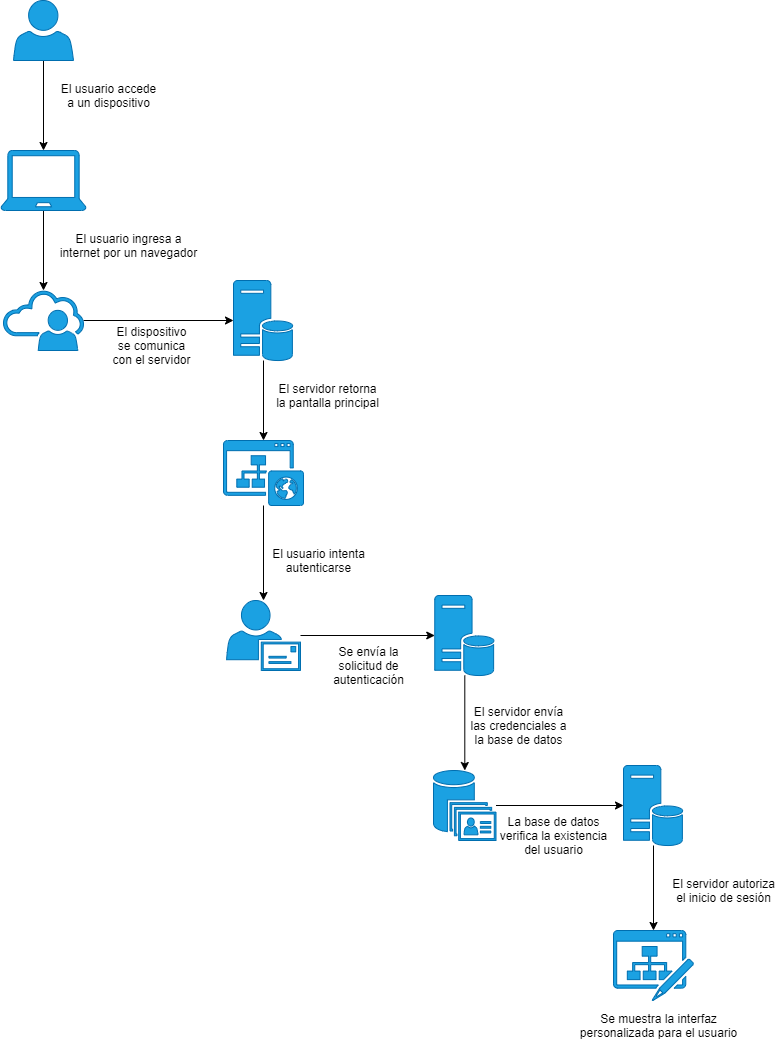
The draw.io diagram diagrams/C0.2_TipodeSistemadeInformación_BañuelosMendezJordi.png in BanuelosMendezJordi/Analisis_Avanzado_17212330, before a commit. Source tidied: cells renumbered, new cells last; positions are measured from the earlier drawing's top-left corner, leaving out a move shared by most shapes. Its diagram source:
```xml
<mxGraphModel>
  <root>
    <mxCell id="0" />
    <mxCell id="1" parent="0" />
    <mxCell id="2" style="edgeStyle=orthogonalEdgeStyle;rounded=0;jettySize=auto;html=1;" parent="1" edge="1" source="3" target="7">
      <mxGeometry relative="1" as="geometry" />
    </mxCell>
    <mxCell id="3" style="shadow=0;dashed=0;html=1;labelPosition=center;verticalLabelPosition=bottom;verticalAlign=top;outlineConnect=0;align=center;shape=mxgraph.office.users.user;fillColor=#1ba1e2;strokeColor=#006EAF;fontColor=#ffffff;" parent="1" vertex="1">
      <mxGeometry x="12" width="60" height="60" as="geometry" />
    </mxCell>
    <mxCell id="4" style="edgeStyle=orthogonalEdgeStyle;rounded=0;jettySize=auto;html=1;" parent="1" edge="1" source="5" target="13">
      <mxGeometry relative="1" as="geometry" />
    </mxCell>
    <mxCell id="5" style="shadow=0;dashed=0;html=1;strokeColor=#006EAF;fillColor=#1ba1e2;labelPosition=center;verticalLabelPosition=bottom;verticalAlign=top;outlineConnect=0;align=center;shape=mxgraph.office.sites.website_public;fontColor=#ffffff;" parent="1" vertex="1">
      <mxGeometry x="222" y="440" width="80" height="65" as="geometry" />
    </mxCell>
    <mxCell id="6" style="edgeStyle=orthogonalEdgeStyle;rounded=0;jettySize=auto;html=1;" parent="1" edge="1" source="7" target="9">
      <mxGeometry relative="1" as="geometry" />
    </mxCell>
    <mxCell id="7" style="shadow=0;dashed=0;html=1;strokeColor=#006EAF;fillColor=#1ba1e2;labelPosition=center;verticalLabelPosition=bottom;verticalAlign=top;outlineConnect=0;align=center;shape=mxgraph.office.devices.laptop;fontColor=#ffffff;" parent="1" vertex="1">
      <mxGeometry x="-0.5" y="150" width="85" height="60" as="geometry" />
    </mxCell>
    <mxCell id="8" style="edgeStyle=orthogonalEdgeStyle;rounded=0;jettySize=auto;html=1;" parent="1" edge="1" source="9" target="11">
      <mxGeometry relative="1" as="geometry" />
    </mxCell>
    <mxCell id="9" style="shadow=0;dashed=0;html=1;strokeColor=#006EAF;fillColor=#1ba1e2;labelPosition=center;verticalLabelPosition=bottom;verticalAlign=top;outlineConnect=0;align=center;shape=mxgraph.office.users.online_user;fontColor=#ffffff;" parent="1" vertex="1">
      <mxGeometry x="2" y="290" width="80" height="60" as="geometry" />
    </mxCell>
    <mxCell id="10" style="edgeStyle=orthogonalEdgeStyle;rounded=0;jettySize=auto;html=1;" parent="1" edge="1" source="11" target="5">
      <mxGeometry relative="1" as="geometry" />
    </mxCell>
    <mxCell id="11" style="shadow=0;dashed=0;html=1;strokeColor=#006EAF;fillColor=#1ba1e2;labelPosition=center;verticalLabelPosition=bottom;verticalAlign=top;outlineConnect=0;align=center;shape=mxgraph.office.servers.database_server;fontColor=#ffffff;" parent="1" vertex="1">
      <mxGeometry x="232" y="280" width="60" height="80" as="geometry" />
    </mxCell>
    <mxCell id="12" style="edgeStyle=orthogonalEdgeStyle;rounded=0;jettySize=auto;html=1;" parent="1" edge="1" source="13" target="15">
      <mxGeometry relative="1" as="geometry" />
    </mxCell>
    <mxCell id="13" style="shadow=0;dashed=0;html=1;strokeColor=#006EAF;fillColor=#1ba1e2;labelPosition=center;verticalLabelPosition=bottom;verticalAlign=top;outlineConnect=0;align=center;shape=mxgraph.office.users.mail_user;fontColor=#ffffff;" parent="1" vertex="1">
      <mxGeometry x="225" y="600" width="74" height="70" as="geometry" />
    </mxCell>
    <mxCell id="14" style="edgeStyle=orthogonalEdgeStyle;rounded=0;jettySize=auto;html=1;" parent="1" edge="1" source="15" target="17">
      <mxGeometry relative="1" as="geometry" />
    </mxCell>
    <mxCell id="15" style="shadow=0;dashed=0;html=1;strokeColor=#006EAF;fillColor=#1ba1e2;labelPosition=center;verticalLabelPosition=bottom;verticalAlign=top;outlineConnect=0;align=center;shape=mxgraph.office.servers.database_server;fontColor=#ffffff;" parent="1" vertex="1">
      <mxGeometry x="433.2" y="595" width="60" height="80" as="geometry" />
    </mxCell>
    <mxCell id="16" style="edgeStyle=orthogonalEdgeStyle;rounded=0;jettySize=auto;html=1;" parent="1" edge="1" source="17" target="28">
      <mxGeometry relative="1" as="geometry" />
    </mxCell>
    <mxCell id="17" style="shadow=0;dashed=0;html=1;strokeColor=#006EAF;fillColor=#1ba1e2;labelPosition=center;verticalLabelPosition=bottom;verticalAlign=top;outlineConnect=0;align=center;shape=mxgraph.office.databases.unified_contact_store;fontColor=#ffffff;" parent="1" vertex="1">
      <mxGeometry x="432" y="770" width="62.5" height="70" as="geometry" />
    </mxCell>
    <mxCell id="18" style="shadow=0;dashed=0;html=1;strokeColor=#006EAF;fillColor=#1ba1e2;labelPosition=center;verticalLabelPosition=bottom;verticalAlign=top;outlineConnect=0;align=center;shape=mxgraph.office.sites.blog_site;fontColor=#ffffff;" parent="1" vertex="1">
      <mxGeometry x="612" y="930" width="80" height="70" as="geometry" />
    </mxCell>
    <mxCell id="19" value="El usuario accede&lt;br&gt;a un dispositivo" style="text;html=1;align=center;verticalAlign=middle;" parent="1" vertex="1">
      <mxGeometry x="52" y="80" width="110" height="30" as="geometry" />
    </mxCell>
    <mxCell id="20" value="El usuario ingresa a&lt;br&gt;internet por un navegador" style="text;html=1;align=center;verticalAlign=middle;" parent="1" vertex="1">
      <mxGeometry x="52" y="230" width="150" height="30" as="geometry" />
    </mxCell>
    <mxCell id="21" value="El dispositivo&lt;br&gt;se comunica&lt;br&gt;con el servidor" style="text;html=1;align=center;verticalAlign=middle;" parent="1" vertex="1">
      <mxGeometry x="105" y="320" width="90" height="50" as="geometry" />
    </mxCell>
    <mxCell id="22" value="El servidor retorna&lt;br&gt;la pantalla principal" style="text;html=1;align=center;verticalAlign=middle;" parent="1" vertex="1">
      <mxGeometry x="266" y="380" width="120" height="30" as="geometry" />
    </mxCell>
    <mxCell id="23" value="El usuario intenta&lt;br&gt;autenticarse" style="text;html=1;align=center;verticalAlign=middle;" parent="1" vertex="1">
      <mxGeometry x="262" y="545" width="110" height="30" as="geometry" />
    </mxCell>
    <mxCell id="24" value="Se envía la&lt;br&gt;solicitud de&lt;br&gt;autenticación" style="text;html=1;align=center;verticalAlign=middle;" parent="1" vertex="1">
      <mxGeometry x="322" y="640" width="90" height="50" as="geometry" />
    </mxCell>
    <mxCell id="25" value="El servidor envía&lt;br&gt;las credenciales a&lt;br&gt;la base de datos" style="text;html=1;align=center;verticalAlign=middle;" parent="1" vertex="1">
      <mxGeometry x="462" y="700" width="110" height="50" as="geometry" />
    </mxCell>
    <mxCell id="26" value="La base de datos&lt;br&gt;verifica la existencia&lt;br&gt;del usuario" style="text;html=1;align=center;verticalAlign=middle;" parent="1" vertex="1">
      <mxGeometry x="492" y="810" width="120" height="50" as="geometry" />
    </mxCell>
    <mxCell id="27" style="edgeStyle=orthogonalEdgeStyle;rounded=0;jettySize=auto;html=1;" parent="1" edge="1" source="28" target="18">
      <mxGeometry relative="1" as="geometry" />
    </mxCell>
    <mxCell id="28" style="shadow=0;dashed=0;html=1;strokeColor=#006EAF;fillColor=#1ba1e2;labelPosition=center;verticalLabelPosition=bottom;verticalAlign=top;outlineConnect=0;align=center;shape=mxgraph.office.servers.database_server;fontColor=#ffffff;" parent="1" vertex="1">
      <mxGeometry x="622" y="765" width="60" height="80" as="geometry" />
    </mxCell>
    <mxCell id="29" value="El servidor autoriza&lt;br&gt;el inicio de sesión" style="text;html=1;align=center;verticalAlign=middle;" parent="1" vertex="1">
      <mxGeometry x="662" y="875" width="120" height="30" as="geometry" />
    </mxCell>
    <mxCell id="30" value="Se muestra la interfaz&lt;br&gt;personalizada para el usuario" style="text;html=1;align=center;verticalAlign=middle;" parent="1" vertex="1">
      <mxGeometry x="572" y="1010" width="170" height="30" as="geometry" />
    </mxCell>
  </root>
</mxGraphModel>
```
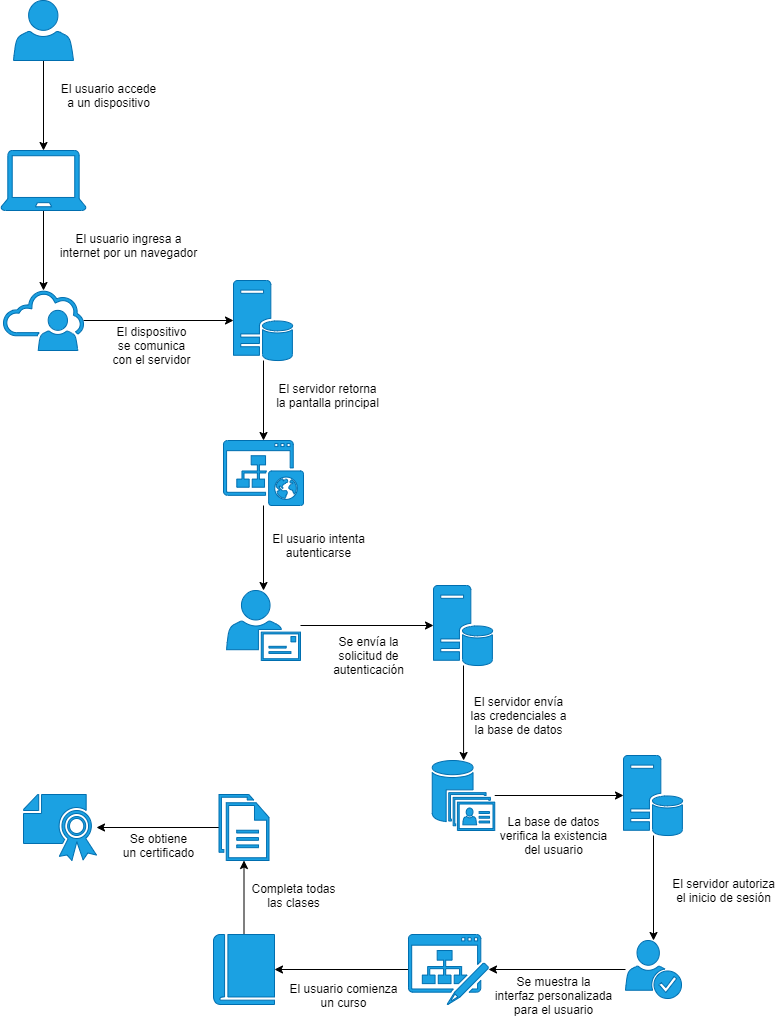
The same diagram one commit later.

Diff of the diagram source:
```diff
@@ -36,22 +36,25 @@
       <mxGeometry relative="1" as="geometry" />
     </mxCell>
     <mxCell id="13" style="shadow=0;dashed=0;html=1;strokeColor=#006EAF;fillColor=#1ba1e2;labelPosition=center;verticalLabelPosition=bottom;verticalAlign=top;outlineConnect=0;align=center;shape=mxgraph.office.users.mail_user;fontColor=#ffffff;" parent="1" vertex="1">
-      <mxGeometry x="225" y="600" width="74" height="70" as="geometry" />
+      <mxGeometry x="225" y="590" width="74" height="70" as="geometry" />
     </mxCell>
     <mxCell id="14" style="edgeStyle=orthogonalEdgeStyle;rounded=0;jettySize=auto;html=1;" parent="1" edge="1" source="15" target="17">
       <mxGeometry relative="1" as="geometry" />
     </mxCell>
     <mxCell id="15" style="shadow=0;dashed=0;html=1;strokeColor=#006EAF;fillColor=#1ba1e2;labelPosition=center;verticalLabelPosition=bottom;verticalAlign=top;outlineConnect=0;align=center;shape=mxgraph.office.servers.database_server;fontColor=#ffffff;" parent="1" vertex="1">
-      <mxGeometry x="433.2" y="595" width="60" height="80" as="geometry" />
+      <mxGeometry x="432" y="585" width="60" height="80" as="geometry" />
     </mxCell>
     <mxCell id="16" style="edgeStyle=orthogonalEdgeStyle;rounded=0;jettySize=auto;html=1;" parent="1" edge="1" source="17" target="28">
       <mxGeometry relative="1" as="geometry" />
     </mxCell>
     <mxCell id="17" style="shadow=0;dashed=0;html=1;strokeColor=#006EAF;fillColor=#1ba1e2;labelPosition=center;verticalLabelPosition=bottom;verticalAlign=top;outlineConnect=0;align=center;shape=mxgraph.office.databases.unified_contact_store;fontColor=#ffffff;" parent="1" vertex="1">
-      <mxGeometry x="432" y="770" width="62.5" height="70" as="geometry" />
+      <mxGeometry x="430.8" y="760" width="62.5" height="70" as="geometry" />
     </mxCell>
+    <mxCell id="31" style="edgeStyle=orthogonalEdgeStyle;rounded=0;jettySize=auto;html=1;" parent="1" edge="1" source="18" target="37">
+      <mxGeometry relative="1" as="geometry" />
+    </mxCell>
     <mxCell id="18" style="shadow=0;dashed=0;html=1;strokeColor=#006EAF;fillColor=#1ba1e2;labelPosition=center;verticalLabelPosition=bottom;verticalAlign=top;outlineConnect=0;align=center;shape=mxgraph.office.sites.blog_site;fontColor=#ffffff;" parent="1" vertex="1">
-      <mxGeometry x="612" y="930" width="80" height="70" as="geometry" />
+      <mxGeometry x="407" y="934" width="80" height="70" as="geometry" />
     </mxCell>
     <mxCell id="19" value="El usuario accede&lt;br&gt;a un dispositivo" style="text;html=1;align=center;verticalAlign=middle;" parent="1" vertex="1">
       <mxGeometry x="52" y="80" width="110" height="30" as="geometry" />
@@ -66,28 +69,58 @@
       <mxGeometry x="266" y="380" width="120" height="30" as="geometry" />
     </mxCell>
     <mxCell id="23" value="El usuario intenta&lt;br&gt;autenticarse" style="text;html=1;align=center;verticalAlign=middle;" parent="1" vertex="1">
-      <mxGeometry x="262" y="545" width="110" height="30" as="geometry" />
+      <mxGeometry x="262" y="530" width="110" height="30" as="geometry" />
     </mxCell>
     <mxCell id="24" value="Se envía la&lt;br&gt;solicitud de&lt;br&gt;autenticación" style="text;html=1;align=center;verticalAlign=middle;" parent="1" vertex="1">
-      <mxGeometry x="322" y="640" width="90" height="50" as="geometry" />
+      <mxGeometry x="322" y="630" width="90" height="50" as="geometry" />
     </mxCell>
     <mxCell id="25" value="El servidor envía&lt;br&gt;las credenciales a&lt;br&gt;la base de datos" style="text;html=1;align=center;verticalAlign=middle;" parent="1" vertex="1">
-      <mxGeometry x="462" y="700" width="110" height="50" as="geometry" />
+      <mxGeometry x="462" y="690" width="110" height="50" as="geometry" />
     </mxCell>
     <mxCell id="26" value="La base de datos&lt;br&gt;verifica la existencia&lt;br&gt;del usuario" style="text;html=1;align=center;verticalAlign=middle;" parent="1" vertex="1">
       <mxGeometry x="492" y="810" width="120" height="50" as="geometry" />
     </mxCell>
-    <mxCell id="27" style="edgeStyle=orthogonalEdgeStyle;rounded=0;jettySize=auto;html=1;" parent="1" edge="1" source="28" target="18">
-      <mxGeometry relative="1" as="geometry" />
-    </mxCell>
+    <mxCell id="32" style="edgeStyle=orthogonalEdgeStyle;rounded=0;jettySize=auto;html=1;" parent="1" edge="1" source="28" target="34">
+      <mxGeometry relative="1" as="geometry" />
+    </mxCell>
     <mxCell id="28" style="shadow=0;dashed=0;html=1;strokeColor=#006EAF;fillColor=#1ba1e2;labelPosition=center;verticalLabelPosition=bottom;verticalAlign=top;outlineConnect=0;align=center;shape=mxgraph.office.servers.database_server;fontColor=#ffffff;" parent="1" vertex="1">
-      <mxGeometry x="622" y="765" width="60" height="80" as="geometry" />
+      <mxGeometry x="622" y="755" width="60" height="80" as="geometry" />
     </mxCell>
     <mxCell id="29" value="El servidor autoriza&lt;br&gt;el inicio de sesión" style="text;html=1;align=center;verticalAlign=middle;" parent="1" vertex="1">
       <mxGeometry x="662" y="875" width="120" height="30" as="geometry" />
     </mxCell>
-    <mxCell id="30" value="Se muestra la interfaz&lt;br&gt;personalizada para el usuario" style="text;html=1;align=center;verticalAlign=middle;" parent="1" vertex="1">
-      <mxGeometry x="572" y="1010" width="170" height="30" as="geometry" />
+    <mxCell id="30" value="Se muestra la&lt;br&gt;interfaz personalizada&lt;br&gt;para el usuario" style="text;html=1;align=center;verticalAlign=middle;" parent="1" vertex="1">
+      <mxGeometry x="487" y="970" width="130" height="50" as="geometry" />
     </mxCell>
+    <mxCell id="33" style="edgeStyle=orthogonalEdgeStyle;rounded=0;jettySize=auto;html=1;" parent="1" edge="1" source="34" target="18">
+      <mxGeometry relative="1" as="geometry" />
+    </mxCell>
+    <mxCell id="34" style="shadow=0;dashed=0;html=1;strokeColor=#006EAF;fillColor=#1ba1e2;labelPosition=center;verticalLabelPosition=bottom;verticalAlign=top;outlineConnect=0;align=center;shape=mxgraph.office.users.credentials;fontColor=#ffffff;" parent="1" vertex="1">
+      <mxGeometry x="624" y="940" width="56" height="58" as="geometry" />
+    </mxCell>
+    <mxCell id="35" style="shadow=0;dashed=0;html=1;strokeColor=#006EAF;fillColor=#1ba1e2;labelPosition=center;verticalLabelPosition=bottom;verticalAlign=top;outlineConnect=0;align=center;shape=mxgraph.office.security.certificate;fontColor=#ffffff;" parent="1" vertex="1">
+      <mxGeometry x="22" y="794" width="73" height="66" as="geometry" />
+    </mxCell>
+    <mxCell id="36" style="edgeStyle=orthogonalEdgeStyle;rounded=0;jettySize=auto;html=1;" parent="1" edge="1" source="37" target="40">
+      <mxGeometry relative="1" as="geometry" />
+    </mxCell>
+    <mxCell id="37" style="shadow=0;dashed=0;html=1;strokeColor=#006EAF;fillColor=#1ba1e2;labelPosition=center;verticalLabelPosition=bottom;verticalAlign=top;outlineConnect=0;align=center;shape=mxgraph.office.concepts.book_journal;fontColor=#ffffff;" parent="1" vertex="1">
+      <mxGeometry x="212" y="934" width="61" height="70" as="geometry" />
+    </mxCell>
+    <mxCell id="38" value="El usuario comienza&lt;br&gt;un curso" style="text;html=1;align=center;verticalAlign=middle;" parent="1" vertex="1">
+      <mxGeometry x="282" y="980" width="120" height="30" as="geometry" />
+    </mxCell>
+    <mxCell id="39" style="edgeStyle=orthogonalEdgeStyle;rounded=0;jettySize=auto;html=1;" parent="1" edge="1" source="40" target="35">
+      <mxGeometry relative="1" as="geometry" />
+    </mxCell>
+    <mxCell id="40" style="shadow=0;dashed=0;html=1;strokeColor=#006EAF;fillColor=#1ba1e2;labelPosition=center;verticalLabelPosition=bottom;verticalAlign=top;outlineConnect=0;align=center;shape=mxgraph.office.concepts.documents;fontColor=#ffffff;" parent="1" vertex="1">
+      <mxGeometry x="217.5" y="794" width="50" height="66" as="geometry" />
+    </mxCell>
+    <mxCell id="41" value="Completa todas&lt;br&gt;las clases" style="text;html=1;align=center;verticalAlign=middle;" parent="1" vertex="1">
+      <mxGeometry x="242" y="880" width="100" height="30" as="geometry" />
+    </mxCell>
+    <mxCell id="42" value="Se obtiene&lt;br&gt;un certificado" style="text;html=1;align=center;verticalAlign=middle;" parent="1" vertex="1">
+      <mxGeometry x="112" y="830" width="90" height="30" as="geometry" />
+    </mxCell>
   </root>
 </mxGraphModel>
```
